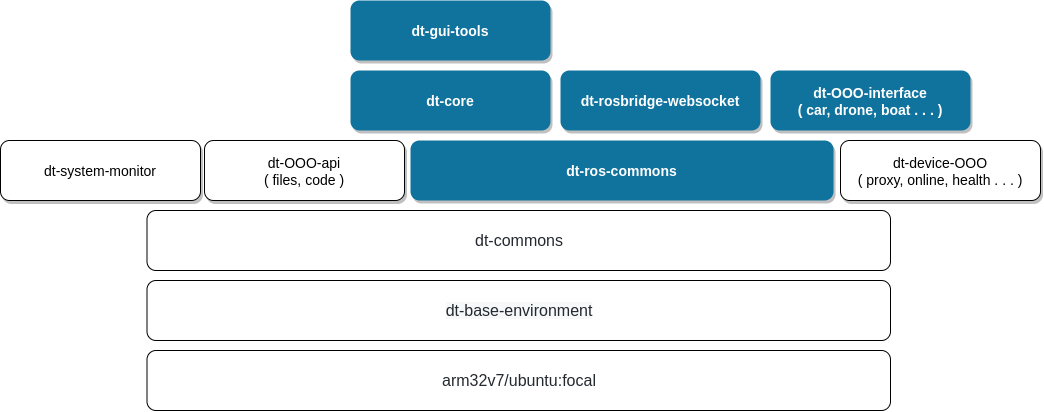
The draw.io diagram tutorials/img/dts_docker_layer.drawio.png in ARG-NCTU/dt-kv260, before a commit. Source tidied: cells renumbered, new cells last; positions are measured from the earlier drawing's top-left corner, leaving out a move shared by most shapes. Source of this version:
```xml
<mxGraphModel>
  <root>
    <mxCell id="0" />
    <mxCell id="1" parent="0" />
    <mxCell id="2" value="&lt;span style=&quot;color: rgb(36, 41, 47); font-size: 16px; font-style: normal; font-weight: 400; letter-spacing: normal; text-indent: 0px; text-transform: none; word-spacing: 0px; background-color: rgb(246, 248, 250); display: inline; float: none;&quot;&gt;dt-base-environment&lt;/span&gt;" style="rounded=1;whiteSpace=wrap;html=1;" parent="1" vertex="1">
      <mxGeometry x="146.5" y="280" width="743.5" height="60" as="geometry" />
    </mxCell>
    <mxCell id="3" value="&lt;span style=&quot;color: rgb(36 , 41 , 47) ; font-family: , &amp;#34;blinkmacsystemfont&amp;#34; , &amp;#34;segoe ui&amp;#34; , &amp;#34;helvetica&amp;#34; , &amp;#34;arial&amp;#34; , sans-serif , &amp;#34;apple color emoji&amp;#34; , &amp;#34;segoe ui emoji&amp;#34; ; font-size: 16px ; background-color: rgb(255 , 255 , 255)&quot;&gt;arm32v7/ubuntu:focal&lt;/span&gt;" style="rounded=1;whiteSpace=wrap;html=1;" parent="1" vertex="1">
      <mxGeometry x="146.5" y="350" width="743.5" height="60" as="geometry" />
    </mxCell>
    <mxCell id="4" value="&lt;span style=&quot;color: rgb(36 , 41 , 47) ; font-family: , &amp;#34;blinkmacsystemfont&amp;#34; , &amp;#34;segoe ui&amp;#34; , &amp;#34;helvetica&amp;#34; , &amp;#34;arial&amp;#34; , sans-serif , &amp;#34;apple color emoji&amp;#34; , &amp;#34;segoe ui emoji&amp;#34; ; font-size: 16px ; background-color: rgb(255 , 255 , 255)&quot;&gt;dt-commons&lt;/span&gt;" style="rounded=1;whiteSpace=wrap;html=1;" parent="1" vertex="1">
      <mxGeometry x="146.5" y="210" width="743.5" height="60" as="geometry" />
    </mxCell>
    <mxCell id="5" value="dt-device-OOO&#10;( proxy, online, health . . . )" style="rounded=1;shadow=1;fontStyle=0;fontSize=14;" parent="1" vertex="1">
      <mxGeometry x="840" y="140" width="200" height="60" as="geometry" />
    </mxCell>
    <mxCell id="6" value="dt-system-monitor" style="rounded=1;shadow=1;fontStyle=0;fontSize=14;" parent="1" vertex="1">
      <mxGeometry y="140" width="200" height="60" as="geometry" />
    </mxCell>
    <mxCell id="7" value="dt-OOO-api&#10;( files, code )" style="rounded=1;shadow=1;fontStyle=0;fontSize=14;" parent="1" vertex="1">
      <mxGeometry x="204" y="140" width="200" height="60" as="geometry" />
    </mxCell>
    <mxCell id="8" value="dt-ros-commons" style="rounded=1;fillColor=#10739E;strokeColor=none;shadow=1;gradientColor=none;fontStyle=1;fontColor=#FFFFFF;fontSize=14;" parent="1" vertex="1">
      <mxGeometry x="410" y="140" width="423" height="60" as="geometry" />
    </mxCell>
    <mxCell id="9" value="dt-core" style="rounded=1;fillColor=#10739E;strokeColor=none;shadow=1;gradientColor=none;fontStyle=1;fontColor=#FFFFFF;fontSize=14;" parent="1" vertex="1">
      <mxGeometry x="350" y="70" width="200" height="60" as="geometry" />
    </mxCell>
    <mxCell id="10" value="dt-rosbridge-websocket" style="rounded=1;fillColor=#10739E;strokeColor=none;shadow=1;gradientColor=none;fontStyle=1;fontColor=#FFFFFF;fontSize=14;" parent="1" vertex="1">
      <mxGeometry x="560" y="70" width="200" height="60" as="geometry" />
    </mxCell>
    <mxCell id="11" value="dt-OOO-interface&#10;( car, drone, boat . . . )" style="rounded=1;fillColor=#10739E;strokeColor=none;shadow=1;gradientColor=none;fontStyle=1;fontColor=#FFFFFF;fontSize=14;" parent="1" vertex="1">
      <mxGeometry x="770" y="70" width="200" height="60" as="geometry" />
    </mxCell>
    <mxCell id="12" value="dt-gui-tools" style="rounded=1;fillColor=#10739E;strokeColor=none;shadow=1;gradientColor=none;fontStyle=1;fontColor=#FFFFFF;fontSize=14;" parent="1" vertex="1">
      <mxGeometry x="350" width="200" height="60" as="geometry" />
    </mxCell>
  </root>
</mxGraphModel>
```
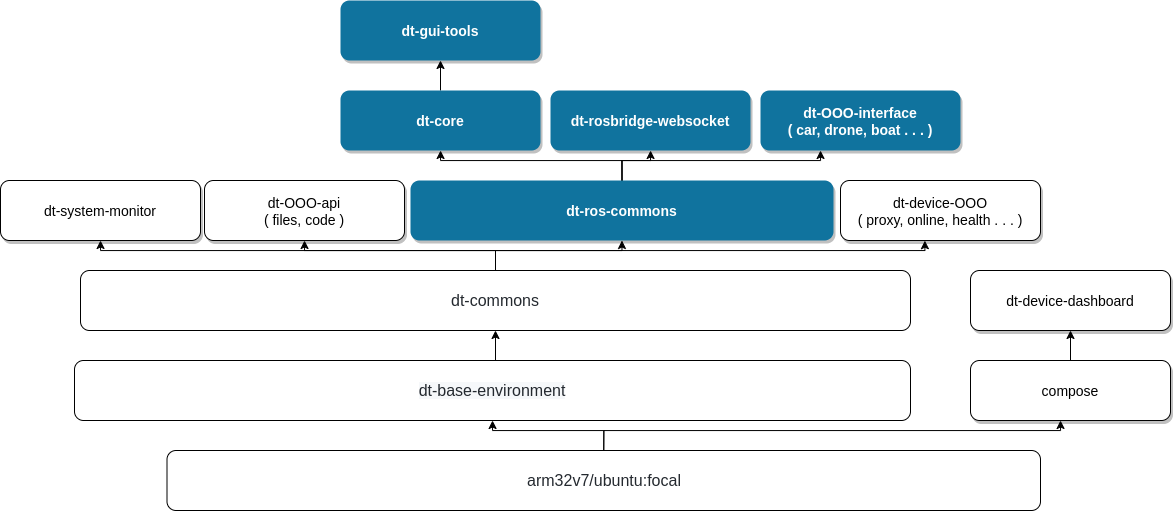
After the commit.

Diff of the diagram source:
```diff
@@ -2,38 +2,80 @@
   <root>
     <mxCell id="0" />
     <mxCell id="1" parent="0" />
+    <mxCell id="13" style="edgeStyle=orthogonalEdgeStyle;rounded=0;jettySize=auto;html=1;exitX=0.5;exitY=0;exitDx=0;exitDy=0;entryX=0.5;entryY=1;entryDx=0;entryDy=0;" parent="1" edge="1" source="2" target="4">
+      <mxGeometry relative="1" as="geometry" />
+    </mxCell>
     <mxCell id="2" value="&lt;span style=&quot;color: rgb(36, 41, 47); font-size: 16px; font-style: normal; font-weight: 400; letter-spacing: normal; text-indent: 0px; text-transform: none; word-spacing: 0px; background-color: rgb(246, 248, 250); display: inline; float: none;&quot;&gt;dt-base-environment&lt;/span&gt;" style="rounded=1;whiteSpace=wrap;html=1;" parent="1" vertex="1">
-      <mxGeometry x="146.5" y="280" width="743.5" height="60" as="geometry" />
+      <mxGeometry x="54" y="360" width="836" height="60" as="geometry" />
     </mxCell>
+    <mxCell id="14" style="edgeStyle=orthogonalEdgeStyle;rounded=0;jettySize=auto;html=1;exitX=0.5;exitY=0;exitDx=0;exitDy=0;entryX=0.5;entryY=1;entryDx=0;entryDy=0;" parent="1" edge="1" source="3" target="2">
+      <mxGeometry relative="1" as="geometry" />
+    </mxCell>
+    <mxCell id="15" style="edgeStyle=orthogonalEdgeStyle;rounded=0;jettySize=auto;html=1;exitX=0.5;exitY=0;exitDx=0;exitDy=0;entryX=0.45;entryY=1;entryDx=0;entryDy=0;entryPerimeter=0;" parent="1" edge="1" source="3" target="26">
+      <mxGeometry relative="1" as="geometry" />
+    </mxCell>
     <mxCell id="3" value="&lt;span style=&quot;color: rgb(36 , 41 , 47) ; font-family: , &amp;#34;blinkmacsystemfont&amp;#34; , &amp;#34;segoe ui&amp;#34; , &amp;#34;helvetica&amp;#34; , &amp;#34;arial&amp;#34; , sans-serif , &amp;#34;apple color emoji&amp;#34; , &amp;#34;segoe ui emoji&amp;#34; ; font-size: 16px ; background-color: rgb(255 , 255 , 255)&quot;&gt;arm32v7/ubuntu:focal&lt;/span&gt;" style="rounded=1;whiteSpace=wrap;html=1;" parent="1" vertex="1">
-      <mxGeometry x="146.5" y="350" width="743.5" height="60" as="geometry" />
+      <mxGeometry x="146.5" y="450" width="873.5" height="60" as="geometry" />
     </mxCell>
+    <mxCell id="16" style="edgeStyle=orthogonalEdgeStyle;rounded=0;jettySize=auto;html=1;exitX=0.5;exitY=0;exitDx=0;exitDy=0;" parent="1" edge="1" source="4" target="8">
+      <mxGeometry relative="1" as="geometry" />
+    </mxCell>
+    <mxCell id="17" style="edgeStyle=orthogonalEdgeStyle;rounded=0;jettySize=auto;html=1;exitX=0.5;exitY=0;exitDx=0;exitDy=0;entryX=0.5;entryY=1;entryDx=0;entryDy=0;" parent="1" edge="1" source="4" target="7">
+      <mxGeometry relative="1" as="geometry" />
+    </mxCell>
+    <mxCell id="18" style="edgeStyle=orthogonalEdgeStyle;rounded=0;jettySize=auto;html=1;exitX=0.5;exitY=0;exitDx=0;exitDy=0;entryX=0.5;entryY=1;entryDx=0;entryDy=0;" parent="1" edge="1" source="4" target="6">
+      <mxGeometry relative="1" as="geometry" />
+    </mxCell>
+    <mxCell id="19" style="edgeStyle=orthogonalEdgeStyle;rounded=0;jettySize=auto;html=1;exitX=0.5;exitY=0;exitDx=0;exitDy=0;entryX=0.422;entryY=1.003;entryDx=0;entryDy=0;entryPerimeter=0;" parent="1" edge="1" source="4" target="5">
+      <mxGeometry relative="1" as="geometry" />
+    </mxCell>
     <mxCell id="4" value="&lt;span style=&quot;color: rgb(36 , 41 , 47) ; font-family: , &amp;#34;blinkmacsystemfont&amp;#34; , &amp;#34;segoe ui&amp;#34; , &amp;#34;helvetica&amp;#34; , &amp;#34;arial&amp;#34; , sans-serif , &amp;#34;apple color emoji&amp;#34; , &amp;#34;segoe ui emoji&amp;#34; ; font-size: 16px ; background-color: rgb(255 , 255 , 255)&quot;&gt;dt-commons&lt;/span&gt;" style="rounded=1;whiteSpace=wrap;html=1;" parent="1" vertex="1">
-      <mxGeometry x="146.5" y="210" width="743.5" height="60" as="geometry" />
+      <mxGeometry x="60" y="270" width="830" height="60" as="geometry" />
     </mxCell>
     <mxCell id="5" value="dt-device-OOO&#10;( proxy, online, health . . . )" style="rounded=1;shadow=1;fontStyle=0;fontSize=14;" parent="1" vertex="1">
-      <mxGeometry x="840" y="140" width="200" height="60" as="geometry" />
+      <mxGeometry x="820" y="180" width="200" height="60" as="geometry" />
     </mxCell>
     <mxCell id="6" value="dt-system-monitor" style="rounded=1;shadow=1;fontStyle=0;fontSize=14;" parent="1" vertex="1">
-      <mxGeometry y="140" width="200" height="60" as="geometry" />
+      <mxGeometry x="-20" y="180" width="200" height="60" as="geometry" />
     </mxCell>
     <mxCell id="7" value="dt-OOO-api&#10;( files, code )" style="rounded=1;shadow=1;fontStyle=0;fontSize=14;" parent="1" vertex="1">
-      <mxGeometry x="204" y="140" width="200" height="60" as="geometry" />
+      <mxGeometry x="184" y="180" width="200" height="60" as="geometry" />
     </mxCell>
+    <mxCell id="20" style="edgeStyle=orthogonalEdgeStyle;rounded=0;jettySize=auto;html=1;exitX=0.5;exitY=0;exitDx=0;exitDy=0;" parent="1" edge="1" source="8" target="9">
+      <mxGeometry relative="1" as="geometry" />
+    </mxCell>
+    <mxCell id="21" style="edgeStyle=orthogonalEdgeStyle;rounded=0;jettySize=auto;html=1;exitX=0.5;exitY=0;exitDx=0;exitDy=0;" parent="1" edge="1" source="8" target="10">
+      <mxGeometry relative="1" as="geometry" />
+    </mxCell>
+    <mxCell id="22" style="edgeStyle=orthogonalEdgeStyle;rounded=0;jettySize=auto;html=1;exitX=0.5;exitY=0;exitDx=0;exitDy=0;entryX=0.3;entryY=1;entryDx=0;entryDy=0;entryPerimeter=0;" parent="1" edge="1" source="8" target="11">
+      <mxGeometry relative="1" as="geometry" />
+    </mxCell>
     <mxCell id="8" value="dt-ros-commons" style="rounded=1;fillColor=#10739E;strokeColor=none;shadow=1;gradientColor=none;fontStyle=1;fontColor=#FFFFFF;fontSize=14;" parent="1" vertex="1">
-      <mxGeometry x="410" y="140" width="423" height="60" as="geometry" />
+      <mxGeometry x="390" y="180" width="423" height="60" as="geometry" />
     </mxCell>
+    <mxCell id="23" style="edgeStyle=orthogonalEdgeStyle;rounded=0;jettySize=auto;html=1;exitX=0.5;exitY=0;exitDx=0;exitDy=0;entryX=0.5;entryY=1;entryDx=0;entryDy=0;" parent="1" edge="1" source="9" target="12">
+      <mxGeometry relative="1" as="geometry" />
+    </mxCell>
     <mxCell id="9" value="dt-core" style="rounded=1;fillColor=#10739E;strokeColor=none;shadow=1;gradientColor=none;fontStyle=1;fontColor=#FFFFFF;fontSize=14;" parent="1" vertex="1">
-      <mxGeometry x="350" y="70" width="200" height="60" as="geometry" />
+      <mxGeometry x="320" y="90" width="200" height="60" as="geometry" />
     </mxCell>
     <mxCell id="10" value="dt-rosbridge-websocket" style="rounded=1;fillColor=#10739E;strokeColor=none;shadow=1;gradientColor=none;fontStyle=1;fontColor=#FFFFFF;fontSize=14;" parent="1" vertex="1">
-      <mxGeometry x="560" y="70" width="200" height="60" as="geometry" />
+      <mxGeometry x="530" y="90" width="200" height="60" as="geometry" />
     </mxCell>
     <mxCell id="11" value="dt-OOO-interface&#10;( car, drone, boat . . . )" style="rounded=1;fillColor=#10739E;strokeColor=none;shadow=1;gradientColor=none;fontStyle=1;fontColor=#FFFFFF;fontSize=14;" parent="1" vertex="1">
-      <mxGeometry x="770" y="70" width="200" height="60" as="geometry" />
+      <mxGeometry x="740" y="90" width="200" height="60" as="geometry" />
     </mxCell>
     <mxCell id="12" value="dt-gui-tools" style="rounded=1;fillColor=#10739E;strokeColor=none;shadow=1;gradientColor=none;fontStyle=1;fontColor=#FFFFFF;fontSize=14;" parent="1" vertex="1">
-      <mxGeometry x="350" width="200" height="60" as="geometry" />
+      <mxGeometry x="320" width="200" height="60" as="geometry" />
     </mxCell>
+    <mxCell id="24" value="dt-device-dashboard" style="rounded=1;shadow=1;fontStyle=0;fontSize=14;" parent="1" vertex="1">
+      <mxGeometry x="950" y="270" width="200" height="60" as="geometry" />
+    </mxCell>
+    <mxCell id="25" style="edgeStyle=orthogonalEdgeStyle;rounded=0;jettySize=auto;html=1;exitX=0.5;exitY=0;exitDx=0;exitDy=0;entryX=0.5;entryY=1;entryDx=0;entryDy=0;" parent="1" edge="1" source="26" target="24">
+      <mxGeometry relative="1" as="geometry" />
+    </mxCell>
+    <mxCell id="26" value="compose" style="rounded=1;shadow=1;fontStyle=0;fontSize=14;" parent="1" vertex="1">
+      <mxGeometry x="950" y="360" width="200" height="60" as="geometry" />
+    </mxCell>
   </root>
 </mxGraphModel>
```
